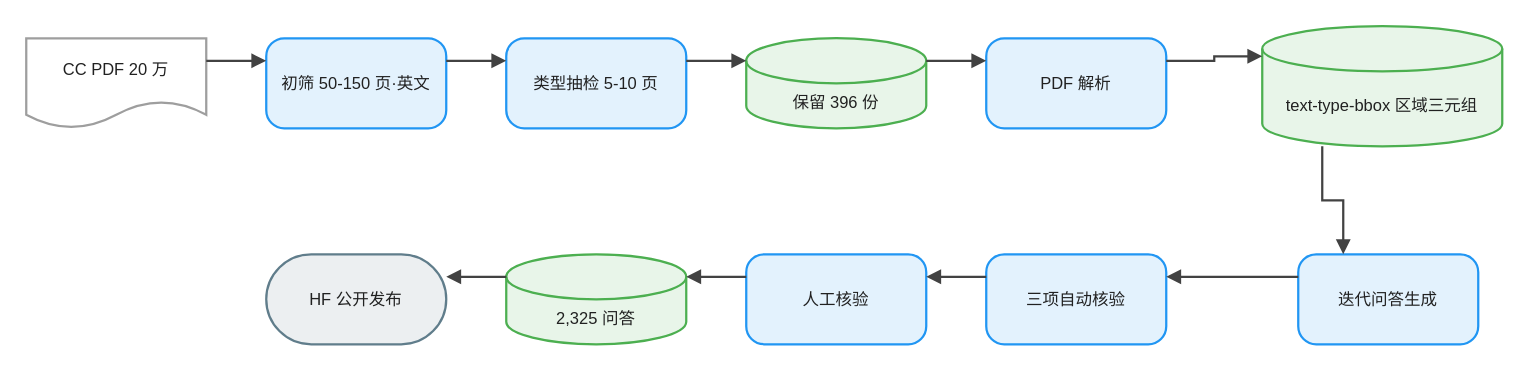
Earlier version of the draw.io diagram client/public/drawio/LongDocURL/LongDocURL.zh.drawio (joe1chief/benchmark-hub). Source tidied: cells renumbered, new cells numbered last; positions are measured from the earlier drawing's top-left corner, leaving out a move shared by most shapes. Both pictures are drawn from the tidied source at 150%, with x=0, y=0 at pixel (26, 26).
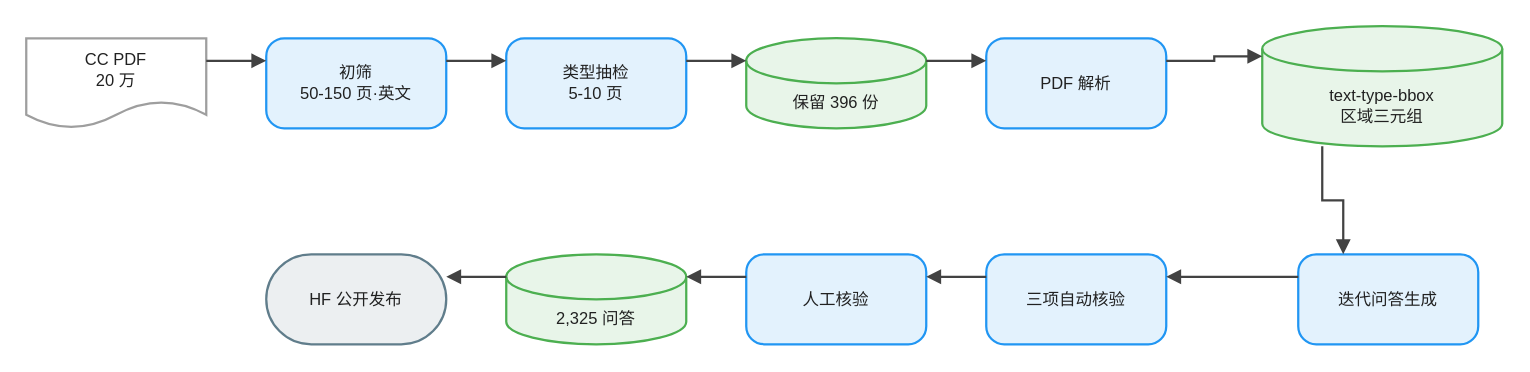
The same diagram, later.

What changed in the source:
```diff
@@
-    <mxCell id="2" value="CC PDF 20 万" style="shape=document;boundedLbl=1;html=0;convertToSvg=1;whiteSpace=wrap;fillColor=#FFFFFF;strokeColor=#9E9E9E;strokeWidth=1.5;fontColor=#212121;fontSize=11;fontFamily=Arial, Helvetica, sans-serif;verticalAlign=middle;align=center;" parent="1" vertex="1">
+    <mxCell id="2" value="CC PDF&#10;20 万" style="shape=document;boundedLbl=1;html=0;convertToSvg=1;whiteSpace=wrap;fillColor=#FFFFFF;strokeColor=#9E9E9E;strokeWidth=1.5;fontColor=#212121;fontSize=11;fontFamily=Arial, Helvetica, sans-serif;verticalAlign=middle;align=center;" parent="1" vertex="1">
       <mxGeometry y="8" width="120" height="60" as="geometry" />
     </mxCell>
-    <mxCell id="3" value="初筛 50-150 页·英文" style="rounded=1;arcSize=20;html=0;convertToSvg=1;whiteSpace=wrap;fillColor=#E3F2FD;strokeColor=#2196F3;strokeWidth=1.5;fontColor=#212121;fontSize=11;fontFamily=Arial, Helvetica, sans-serif;verticalAlign=middle;align=center;" parent="1" vertex="1">
+    <mxCell id="3" value="初筛&#10;50-150 页·英文" style="rounded=1;arcSize=20;html=0;convertToSvg=1;whiteSpace=wrap;fillColor=#E3F2FD;strokeColor=#2196F3;strokeWidth=1.5;fontColor=#212121;fontSize=11;fontFamily=Arial, Helvetica, sans-serif;verticalAlign=middle;align=center;" parent="1" vertex="1">
       <mxGeometry x="160" y="8" width="120" height="60" as="geometry" />
     </mxCell>
-    <mxCell id="4" value="类型抽检 5-10 页" style="rounded=1;arcSize=20;html=0;convertToSvg=1;whiteSpace=wrap;fillColor=#E3F2FD;strokeColor=#2196F3;strokeWidth=1.5;fontColor=#212121;fontSize=11;fontFamily=Arial, Helvetica, sans-serif;verticalAlign=middle;align=center;" parent="1" vertex="1">
+    <mxCell id="4" value="类型抽检&#10;5-10 页" style="rounded=1;arcSize=20;html=0;convertToSvg=1;whiteSpace=wrap;fillColor=#E3F2FD;strokeColor=#2196F3;strokeWidth=1.5;fontColor=#212121;fontSize=11;fontFamily=Arial, Helvetica, sans-serif;verticalAlign=middle;align=center;" parent="1" vertex="1">
       <mxGeometry x="320" y="8" width="120" height="60" as="geometry" />
     </mxCell>
@@
-    <mxCell id="7" value="text-type-bbox 区域三元组" style="shape=cylinder3;boundedLbl=1;backgroundOutline=1;size=15;html=0;convertToSvg=1;whiteSpace=wrap;fillColor=#E8F5E9;strokeColor=#4CAF50;strokeWidth=1.5;fontColor=#212121;fontSize=11;fontFamily=Arial, Helvetica, sans-serif;verticalAlign=middle;align=center;" parent="1" vertex="1">
+    <mxCell id="7" value="text-type-bbox&#10;区域三元组" style="shape=cylinder3;boundedLbl=1;backgroundOutline=1;size=15;html=0;convertToSvg=1;whiteSpace=wrap;fillColor=#E8F5E9;strokeColor=#4CAF50;strokeWidth=1.5;fontColor=#212121;fontSize=11;fontFamily=Arial, Helvetica, sans-serif;verticalAlign=middle;align=center;" parent="1" vertex="1">
       <mxGeometry x="824" width="160" height="80" as="geometry" />
     </mxCell>
```
